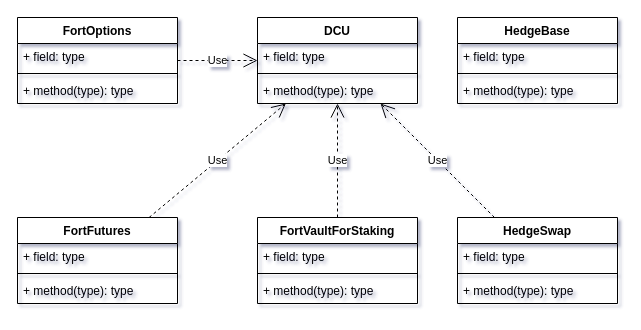
The draw.io diagram docs/structure.drawio in FORT-Protocol/FORT-V1.1, before the edit. Source tidied: cells renumbered, new cells numbered last; positions are measured from the earlier drawing's top-left corner, leaving out a move shared by most shapes. Both pictures are drawn from the tidied source at 100%, with x=0, y=0 at pixel (17, 17).
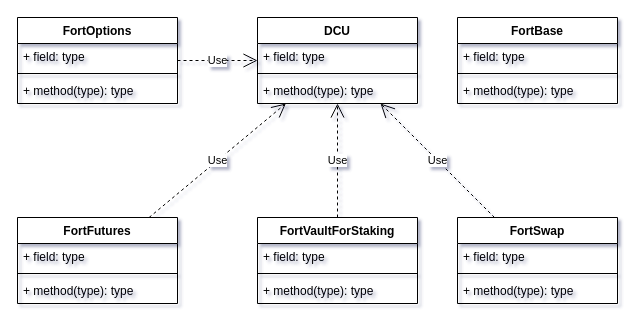
After the change.

Change to the diagram source:
```diff
@@
-    <mxCell id="18" value="HedgeBase" style="swimlane;fontStyle=1;align=center;verticalAlign=top;horizontal=1;startSize=26;" parent="1" vertex="1">
+    <mxCell id="18" value="FortBase" style="swimlane;fontStyle=1;align=center;verticalAlign=top;horizontal=1;startSize=26;" parent="1" vertex="1">
       <mxGeometry x="440" width="160" height="86" as="geometry" />
     </mxCell>
@@
-    <mxCell id="26" value="HedgeSwap" style="swimlane;fontStyle=1;align=center;verticalAlign=top;horizontal=1;startSize=26;" parent="1" vertex="1">
+    <mxCell id="26" value="FortSwap" style="swimlane;fontStyle=1;align=center;verticalAlign=top;horizontal=1;startSize=26;" parent="1" vertex="1">
       <mxGeometry x="440" y="200" width="160" height="86" as="geometry" />
     </mxCell>
```
